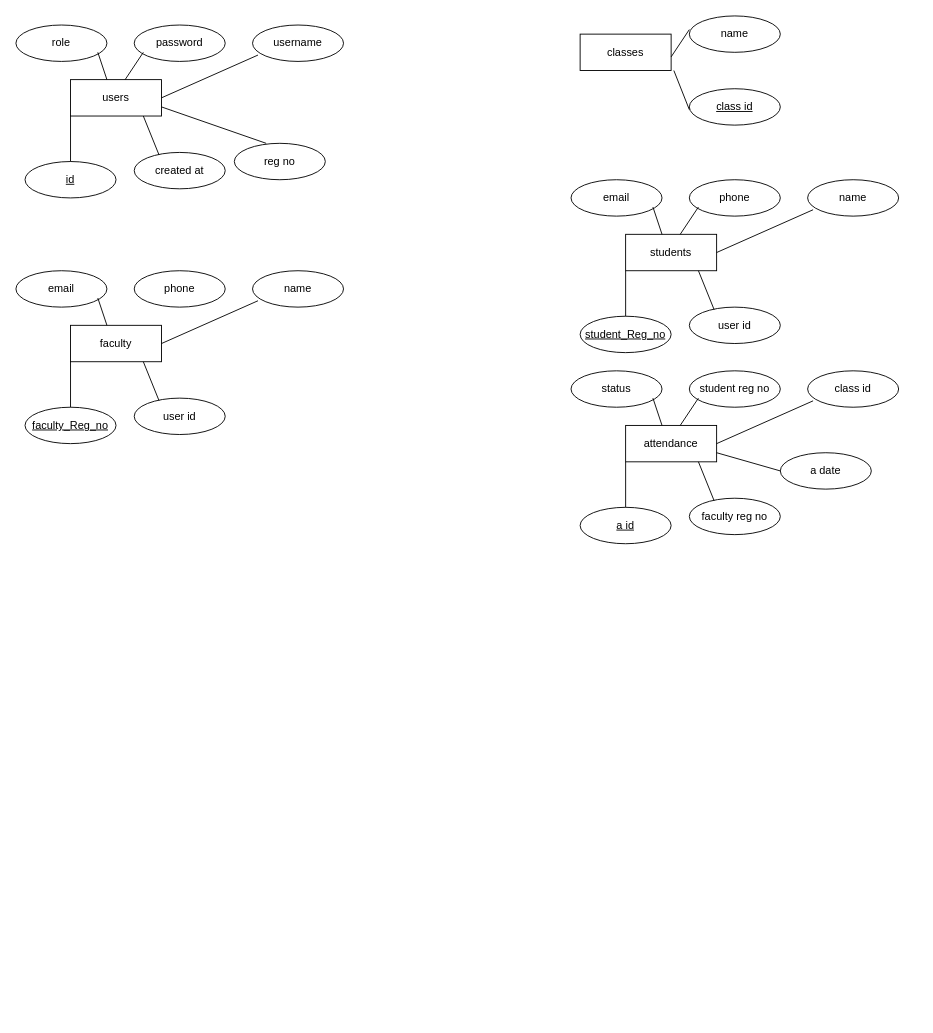
This is Untitled Diagram.drawio from DBMS-Lab-Management-System/project-backend, a draw.io file, before an edit. Source tidied: cells renumbered, new cells numbered last; positions are measured from the earlier drawing's top-left corner, leaving out a move shared by most shapes. Both pictures are drawn from the tidied source at 91%, with x=0, y=0 at pixel (15, 15).
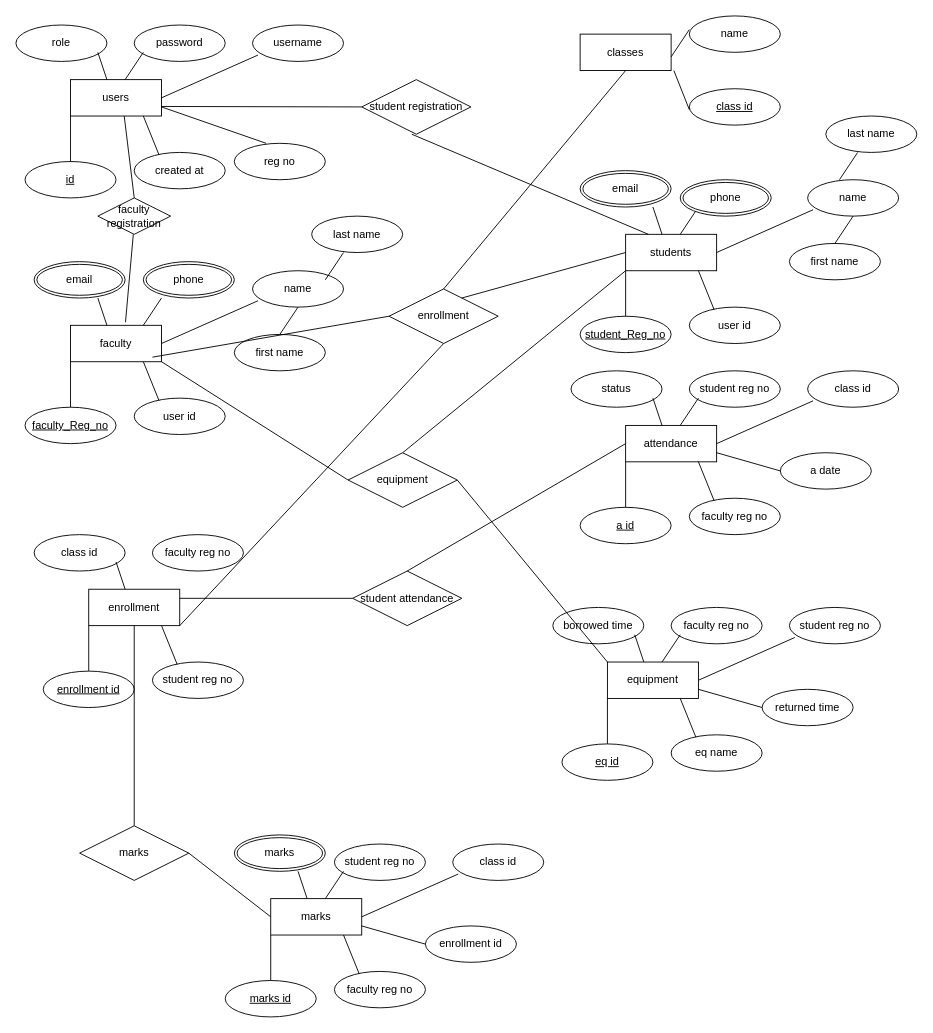
Above is the later version.

Unchanged cells that the change refers to:
```xml
<mxCell id="15" value="students" style="whiteSpace=wrap;html=1;align=center;" parent="1" vertex="1">
  <mxGeometry x="670" y="240" width="100" height="40" as="geometry" />
</mxCell>
<mxCell id="26" value="faculty" style="whiteSpace=wrap;html=1;align=center;" parent="1" vertex="1">
  <mxGeometry x="60" y="340" width="100" height="40" as="geometry" />
</mxCell>
<mxCell id="36" value="classes" style="whiteSpace=wrap;html=1;align=center;" parent="1" vertex="1">
  <mxGeometry x="620" y="20" width="100" height="40" as="geometry" />
</mxCell>
<mxCell id="41" value="attendance" style="whiteSpace=wrap;html=1;align=center;" parent="1" vertex="1">
  <mxGeometry x="670" y="450" width="100" height="40" as="geometry" />
</mxCell>
```

Change to the diagram source:
```diff
@@
-    <mxCell id="18" value="phone" style="ellipse;whiteSpace=wrap;html=1;align=center;" parent="1" vertex="1">
-      <mxGeometry x="740" y="180" width="100" height="40" as="geometry" />
-    </mxCell>
-    <mxCell id="19" value="email" style="ellipse;whiteSpace=wrap;html=1;align=center;" parent="1" vertex="1">
-      <mxGeometry x="610" y="180" width="100" height="40" as="geometry" />
-    </mxCell>
@@
-    <mxCell id="29" value="phone" style="ellipse;whiteSpace=wrap;html=1;align=center;" parent="1" vertex="1">
-      <mxGeometry x="130" y="280" width="100" height="40" as="geometry" />
-    </mxCell>
-    <mxCell id="30" value="email" style="ellipse;whiteSpace=wrap;html=1;align=center;" parent="1" vertex="1">
-      <mxGeometry y="280" width="100" height="40" as="geometry" />
-    </mxCell>
@@
+    <mxCell id="54" value="enrollment" style="whiteSpace=wrap;html=1;align=center;" parent="1" vertex="1">
+      <mxGeometry x="80" y="630" width="100" height="40" as="geometry" />
+    </mxCell>
+    <mxCell id="55" value="enrollment id" style="ellipse;whiteSpace=wrap;html=1;align=center;fontStyle=4;" parent="1" vertex="1">
+      <mxGeometry x="30" y="720" width="100" height="40" as="geometry" />
+    </mxCell>
+    <mxCell id="56" value="faculty reg no" style="ellipse;whiteSpace=wrap;html=1;align=center;" parent="1" vertex="1">
+      <mxGeometry x="150" y="570" width="100" height="40" as="geometry" />
+    </mxCell>
+    <mxCell id="57" value="class id" style="ellipse;whiteSpace=wrap;html=1;align=center;" parent="1" vertex="1">
+      <mxGeometry x="20" y="570" width="100" height="40" as="geometry" />
+    </mxCell>
+    <mxCell id="58" value="student reg no" style="ellipse;whiteSpace=wrap;html=1;align=center;" parent="1" vertex="1">
+      <mxGeometry x="150" y="710" width="100" height="40" as="geometry" />
+    </mxCell>
+    <mxCell id="59" style="endArrow=none;html=1;rounded=0;" parent="1" edge="1">
+      <mxGeometry relative="1" as="geometry">
+        <mxPoint x="120" y="630" as="sourcePoint" />
+        <mxPoint x="110" y="600" as="targetPoint" />
+      </mxGeometry>
+    </mxCell>
+    <mxCell id="60" style="endArrow=none;html=1;rounded=0;exitX=0.272;exitY=0.065;exitDx=0;exitDy=0;exitPerimeter=0;" parent="1" edge="1" source="58">
+      <mxGeometry relative="1" as="geometry">
+        <mxPoint x="160" y="670" as="targetPoint" />
+      </mxGeometry>
+    </mxCell>
+    <mxCell id="61" style="endArrow=none;html=1;rounded=0;exitX=0.5;exitY=0;exitDx=0;exitDy=0;" parent="1" edge="1" source="55">
+      <mxGeometry relative="1" as="geometry">
+        <mxPoint x="80" y="670" as="targetPoint" />
+      </mxGeometry>
+    </mxCell>
+    <mxCell id="62" value="equipment" style="whiteSpace=wrap;html=1;align=center;" parent="1" vertex="1">
+      <mxGeometry x="650" y="710" width="100" height="40" as="geometry" />
+    </mxCell>
+    <mxCell id="63" value="eq id" style="ellipse;whiteSpace=wrap;html=1;align=center;fontStyle=4;" parent="1" vertex="1">
+      <mxGeometry x="600" y="800" width="100" height="40" as="geometry" />
+    </mxCell>
+    <mxCell id="64" value="student reg no" style="ellipse;whiteSpace=wrap;html=1;align=center;" parent="1" vertex="1">
+      <mxGeometry x="850" y="650" width="100" height="40" as="geometry" />
+    </mxCell>
+    <mxCell id="65" value="faculty reg no" style="ellipse;whiteSpace=wrap;html=1;align=center;" parent="1" vertex="1">
+      <mxGeometry x="720" y="650" width="100" height="40" as="geometry" />
+    </mxCell>
+    <mxCell id="66" value="borrowed time" style="ellipse;whiteSpace=wrap;html=1;align=center;" parent="1" vertex="1">
+      <mxGeometry x="590" y="650" width="100" height="40" as="geometry" />
+    </mxCell>
+    <mxCell id="67" value="eq name" style="ellipse;whiteSpace=wrap;html=1;align=center;" parent="1" vertex="1">
+      <mxGeometry x="720" y="790" width="100" height="40" as="geometry" />
+    </mxCell>
+    <mxCell id="68" style="endArrow=none;html=1;rounded=0;" parent="1" edge="1">
+      <mxGeometry relative="1" as="geometry">
+        <mxPoint x="690" y="710" as="sourcePoint" />
+        <mxPoint x="680" y="680" as="targetPoint" />
+      </mxGeometry>
+    </mxCell>
+    <mxCell id="69" style="endArrow=none;html=1;rounded=0;exitX=0.272;exitY=0.065;exitDx=0;exitDy=0;exitPerimeter=0;" parent="1" edge="1" source="67">
+      <mxGeometry relative="1" as="geometry">
+        <mxPoint x="730" y="750" as="targetPoint" />
+      </mxGeometry>
+    </mxCell>
+    <mxCell id="70" style="endArrow=none;html=1;rounded=0;exitX=0.5;exitY=0;exitDx=0;exitDy=0;" parent="1" edge="1" source="63">
+      <mxGeometry relative="1" as="geometry">
+        <mxPoint x="650" y="750" as="targetPoint" />
+      </mxGeometry>
+    </mxCell>
+    <mxCell id="71" style="endArrow=none;html=1;rounded=0;" parent="1" edge="1">
+      <mxGeometry relative="1" as="geometry">
+        <mxPoint x="710" y="710" as="sourcePoint" />
+        <mxPoint x="730" y="680" as="targetPoint" />
+      </mxGeometry>
+    </mxCell>
+    <mxCell id="72" style="endArrow=none;html=1;rounded=0;entryX=1;entryY=0.5;entryDx=0;entryDy=0;exitX=0.06;exitY=0.825;exitDx=0;exitDy=0;exitPerimeter=0;" parent="1" edge="1" source="64" target="62">
+      <mxGeometry relative="1" as="geometry" />
+    </mxCell>
+    <mxCell id="73" value="returned time" style="ellipse;whiteSpace=wrap;html=1;align=center;" parent="1" vertex="1">
+      <mxGeometry x="820" y="740" width="100" height="40" as="geometry" />
+    </mxCell>
+    <mxCell id="74" style="endArrow=none;html=1;rounded=0;exitX=0;exitY=0.5;exitDx=0;exitDy=0;entryX=1;entryY=0.75;entryDx=0;entryDy=0;" parent="1" edge="1" source="73" target="62">
+      <mxGeometry relative="1" as="geometry" />
+    </mxCell>
+    <mxCell id="75" value="marks" style="whiteSpace=wrap;html=1;align=center;" parent="1" vertex="1">
+      <mxGeometry x="280" y="970" width="100" height="40" as="geometry" />
+    </mxCell>
+    <mxCell id="76" value="marks id" style="ellipse;whiteSpace=wrap;html=1;align=center;fontStyle=4;" parent="1" vertex="1">
+      <mxGeometry x="230" y="1060" width="100" height="40" as="geometry" />
+    </mxCell>
+    <mxCell id="77" value="class id" style="ellipse;whiteSpace=wrap;html=1;align=center;" parent="1" vertex="1">
+      <mxGeometry x="480" y="910" width="100" height="40" as="geometry" />
+    </mxCell>
+    <mxCell id="78" value="student reg no" style="ellipse;whiteSpace=wrap;html=1;align=center;" parent="1" vertex="1">
+      <mxGeometry x="350" y="910" width="100" height="40" as="geometry" />
+    </mxCell>
+    <mxCell id="79" value="faculty reg no" style="ellipse;whiteSpace=wrap;html=1;align=center;" parent="1" vertex="1">
+      <mxGeometry x="350" y="1050" width="100" height="40" as="geometry" />
+    </mxCell>
+    <mxCell id="80" style="endArrow=none;html=1;rounded=0;" parent="1" edge="1">
+      <mxGeometry relative="1" as="geometry">
+        <mxPoint x="320" y="970" as="sourcePoint" />
+        <mxPoint x="310" y="940" as="targetPoint" />
+      </mxGeometry>
+    </mxCell>
+    <mxCell id="81" style="endArrow=none;html=1;rounded=0;exitX=0.272;exitY=0.065;exitDx=0;exitDy=0;exitPerimeter=0;" parent="1" edge="1" source="79">
+      <mxGeometry relative="1" as="geometry">
+        <mxPoint x="360" y="1010" as="targetPoint" />
+      </mxGeometry>
+    </mxCell>
+    <mxCell id="82" style="endArrow=none;html=1;rounded=0;exitX=0.5;exitY=0;exitDx=0;exitDy=0;" parent="1" edge="1" source="76">
+      <mxGeometry relative="1" as="geometry">
+        <mxPoint x="280" y="1010" as="targetPoint" />
+      </mxGeometry>
+    </mxCell>
+    <mxCell id="83" style="endArrow=none;html=1;rounded=0;" parent="1" edge="1">
+      <mxGeometry relative="1" as="geometry">
+        <mxPoint x="340" y="970" as="sourcePoint" />
+        <mxPoint x="360" y="940" as="targetPoint" />
+      </mxGeometry>
+    </mxCell>
+    <mxCell id="84" style="endArrow=none;html=1;rounded=0;entryX=1;entryY=0.5;entryDx=0;entryDy=0;exitX=0.06;exitY=0.825;exitDx=0;exitDy=0;exitPerimeter=0;" parent="1" edge="1" source="77" target="75">
+      <mxGeometry relative="1" as="geometry" />
+    </mxCell>
+    <mxCell id="85" value="enrollment id" style="ellipse;whiteSpace=wrap;html=1;align=center;" parent="1" vertex="1">
+      <mxGeometry x="450" y="1000" width="100" height="40" as="geometry" />
+    </mxCell>
+    <mxCell id="86" style="endArrow=none;html=1;rounded=0;exitX=0;exitY=0.5;exitDx=0;exitDy=0;entryX=1;entryY=0.75;entryDx=0;entryDy=0;" parent="1" edge="1" source="85" target="75">
+      <mxGeometry relative="1" as="geometry" />
+    </mxCell>
+    <mxCell id="87" value="marks" style="ellipse;shape=doubleEllipse;margin=3;whiteSpace=wrap;html=1;align=center;" parent="1" vertex="1">
+      <mxGeometry x="240" y="900" width="100" height="40" as="geometry" />
+    </mxCell>
+    <mxCell id="88" value="email" style="ellipse;shape=doubleEllipse;margin=3;whiteSpace=wrap;html=1;align=center;" parent="1" vertex="1">
+      <mxGeometry x="620" y="170" width="100" height="40" as="geometry" />
+    </mxCell>
+    <mxCell id="89" value="email" style="ellipse;shape=doubleEllipse;margin=3;whiteSpace=wrap;html=1;align=center;" parent="1" vertex="1">
+      <mxGeometry x="20" y="270" width="100" height="40" as="geometry" />
+    </mxCell>
+    <mxCell id="90" value="phone" style="ellipse;shape=doubleEllipse;margin=3;whiteSpace=wrap;html=1;align=center;" parent="1" vertex="1">
+      <mxGeometry x="730" y="180" width="100" height="40" as="geometry" />
+    </mxCell>
+    <mxCell id="91" value="phone" style="ellipse;shape=doubleEllipse;margin=3;whiteSpace=wrap;html=1;align=center;" parent="1" vertex="1">
+      <mxGeometry x="140" y="270" width="100" height="40" as="geometry" />
+    </mxCell>
+    <mxCell id="92" style="endArrow=none;html=1;rounded=0;" parent="1" edge="1">
+      <mxGeometry relative="1" as="geometry">
+        <mxPoint x="140" y="340" as="sourcePoint" />
+        <mxPoint x="160" y="310" as="targetPoint" />
+      </mxGeometry>
+    </mxCell>
+    <mxCell id="93" value="last name" style="ellipse;whiteSpace=wrap;html=1;align=center;" parent="1" vertex="1">
+      <mxGeometry x="325" y="220" width="100" height="40" as="geometry" />
+    </mxCell>
+    <mxCell id="94" value="first name" style="ellipse;whiteSpace=wrap;html=1;align=center;" parent="1" vertex="1">
+      <mxGeometry x="240" y="350" width="100" height="40" as="geometry" />
+    </mxCell>
+    <mxCell id="95" style="endArrow=none;html=1;rounded=0;" parent="1" edge="1">
+      <mxGeometry relative="1" as="geometry">
+        <mxPoint x="290" y="350" as="sourcePoint" />
+        <mxPoint x="310" y="320" as="targetPoint" />
+      </mxGeometry>
+    </mxCell>
+    <mxCell id="96" style="endArrow=none;html=1;rounded=0;" parent="1" edge="1">
+      <mxGeometry relative="1" as="geometry">
+        <mxPoint x="340" y="290" as="sourcePoint" />
+        <mxPoint x="360" y="260" as="targetPoint" />
+      </mxGeometry>
+    </mxCell>
+    <mxCell id="97" value="last name" style="ellipse;whiteSpace=wrap;html=1;align=center;" parent="1" vertex="1">
+      <mxGeometry x="890" y="110" width="100" height="40" as="geometry" />
+    </mxCell>
+    <mxCell id="98" style="endArrow=none;html=1;rounded=0;" parent="1" edge="1">
+      <mxGeometry relative="1" as="geometry">
+        <mxPoint x="905" y="180" as="sourcePoint" />
+        <mxPoint x="925" y="150" as="targetPoint" />
+      </mxGeometry>
+    </mxCell>
+    <mxCell id="99" value="first name" style="ellipse;whiteSpace=wrap;html=1;align=center;" parent="1" vertex="1">
+      <mxGeometry x="850" y="250" width="100" height="40" as="geometry" />
+    </mxCell>
+    <mxCell id="100" style="endArrow=none;html=1;rounded=0;" parent="1" edge="1">
+      <mxGeometry relative="1" as="geometry">
+        <mxPoint x="900" y="250" as="sourcePoint" />
+        <mxPoint x="920" y="220" as="targetPoint" />
+      </mxGeometry>
+    </mxCell>
+    <mxCell id="101" value="student registration" style="shape=rhombus;perimeter=rhombusPerimeter;whiteSpace=wrap;html=1;align=center;" parent="1" vertex="1">
+      <mxGeometry x="380" y="70" width="120" height="60" as="geometry" />
+    </mxCell>
+    <mxCell id="102" style="endArrow=none;html=1;rounded=0;entryX=0;entryY=0.5;entryDx=0;entryDy=0;" parent="1" edge="1" target="101">
+      <mxGeometry relative="1" as="geometry">
+        <mxPoint x="160" y="99.5" as="sourcePoint" />
+      </mxGeometry>
+    </mxCell>
+    <mxCell id="103" style="endArrow=none;html=1;rounded=0;entryX=0.25;entryY=0;entryDx=0;entryDy=0;" parent="1" edge="1" target="15">
+      <mxGeometry relative="1" as="geometry">
+        <mxPoint x="435" y="130" as="sourcePoint" />
+      </mxGeometry>
+    </mxCell>
+    <mxCell id="104" value="faculty registration" style="shape=rhombus;perimeter=rhombusPerimeter;whiteSpace=wrap;html=1;align=center;" parent="1" vertex="1">
+      <mxGeometry x="90" y="200" width="80" height="40" as="geometry" />
+    </mxCell>
+    <mxCell id="105" style="endArrow=none;html=1;rounded=0;entryX=0.5;entryY=0;entryDx=0;entryDy=0;" parent="1" edge="1" target="104">
+      <mxGeometry relative="1" as="geometry">
+        <mxPoint x="119" y="110" as="sourcePoint" />
+      </mxGeometry>
+    </mxCell>
+    <mxCell id="106" style="endArrow=none;html=1;rounded=0;entryX=0.604;entryY=-0.085;entryDx=0;entryDy=0;entryPerimeter=0;" parent="1" edge="1" target="26">
+      <mxGeometry relative="1" as="geometry">
+        <mxPoint x="129" y="240" as="sourcePoint" />
+      </mxGeometry>
+    </mxCell>
+    <mxCell id="107" value="enrollment" style="shape=rhombus;perimeter=rhombusPerimeter;whiteSpace=wrap;html=1;align=center;" parent="1" vertex="1">
+      <mxGeometry x="410" y="300" width="120" height="60" as="geometry" />
+    </mxCell>
+    <mxCell id="108" style="endArrow=none;html=1;rounded=0;exitX=0.5;exitY=1;exitDx=0;exitDy=0;entryX=0.5;entryY=0;entryDx=0;entryDy=0;" parent="1" edge="1" source="36" target="107">
+      <mxGeometry relative="1" as="geometry" />
+    </mxCell>
+    <mxCell id="109" style="endArrow=none;html=1;rounded=0;entryX=0.5;entryY=0;entryDx=0;entryDy=0;" parent="1" edge="1">
+      <mxGeometry relative="1" as="geometry">
+        <mxPoint x="670" y="260" as="sourcePoint" />
+        <mxPoint x="490" y="310" as="targetPoint" />
+      </mxGeometry>
+    </mxCell>
+    <mxCell id="110" style="endArrow=none;html=1;rounded=0;entryX=0.5;entryY=0;entryDx=0;entryDy=0;exitX=0;exitY=0.5;exitDx=0;exitDy=0;" parent="1" edge="1" source="107">
+      <mxGeometry relative="1" as="geometry">
+        <mxPoint x="150" y="375" as="targetPoint" />
+      </mxGeometry>
+    </mxCell>
+    <mxCell id="111" style="endArrow=none;html=1;rounded=0;exitX=0.5;exitY=1;exitDx=0;exitDy=0;entryX=1;entryY=1;entryDx=0;entryDy=0;" parent="1" edge="1" target="54">
+      <mxGeometry relative="1" as="geometry">
+        <mxPoint x="470" y="360" as="sourcePoint" />
+      </mxGeometry>
+    </mxCell>
+    <mxCell id="112" value="student attendance" style="shape=rhombus;perimeter=rhombusPerimeter;whiteSpace=wrap;html=1;align=center;" parent="1" vertex="1">
+      <mxGeometry x="370" y="610" width="120" height="60" as="geometry" />
+    </mxCell>
+    <mxCell id="113" style="endArrow=none;html=1;rounded=0;exitX=0;exitY=0.5;exitDx=0;exitDy=0;entryX=1;entryY=0.25;entryDx=0;entryDy=0;" parent="1" edge="1" source="112" target="54">
+      <mxGeometry relative="1" as="geometry" />
+    </mxCell>
+    <mxCell id="114" style="endArrow=none;html=1;rounded=0;exitX=0;exitY=0.5;exitDx=0;exitDy=0;entryX=0.5;entryY=0;entryDx=0;entryDy=0;" parent="1" edge="1" source="41" target="112">
+      <mxGeometry relative="1" as="geometry" />
+    </mxCell>
+    <mxCell id="115" value="equipment" style="shape=rhombus;perimeter=rhombusPerimeter;whiteSpace=wrap;html=1;align=center;" parent="1" vertex="1">
+      <mxGeometry x="365" y="480" width="120" height="60" as="geometry" />
+    </mxCell>
+    <mxCell id="116" style="endArrow=none;html=1;rounded=0;exitX=0;exitY=0.5;exitDx=0;exitDy=0;entryX=1;entryY=1;entryDx=0;entryDy=0;" parent="1" edge="1" source="115" target="26">
+      <mxGeometry relative="1" as="geometry" />
+    </mxCell>
+    <mxCell id="117" style="endArrow=none;html=1;rounded=0;exitX=0;exitY=1;exitDx=0;exitDy=0;entryX=0.5;entryY=0;entryDx=0;entryDy=0;" parent="1" edge="1" source="15" target="115">
+      <mxGeometry relative="1" as="geometry" />
+    </mxCell>
+    <mxCell id="118" style="endArrow=none;html=1;rounded=0;exitX=0;exitY=0;exitDx=0;exitDy=0;entryX=1;entryY=0.5;entryDx=0;entryDy=0;" parent="1" edge="1" source="62" target="115">
+      <mxGeometry relative="1" as="geometry" />
+    </mxCell>
+    <mxCell id="119" value="marks" style="shape=rhombus;perimeter=rhombusPerimeter;whiteSpace=wrap;html=1;align=center;" parent="1" vertex="1">
+      <mxGeometry x="70" y="890" width="120" height="60" as="geometry" />
+    </mxCell>
+    <mxCell id="120" style="endArrow=none;html=1;rounded=0;exitX=0.5;exitY=0;exitDx=0;exitDy=0;entryX=0.5;entryY=1;entryDx=0;entryDy=0;" parent="1" edge="1" source="119" target="54">
+      <mxGeometry relative="1" as="geometry" />
+    </mxCell>
+    <mxCell id="121" style="endArrow=none;html=1;rounded=0;exitX=0;exitY=0.5;exitDx=0;exitDy=0;entryX=1;entryY=0.5;entryDx=0;entryDy=0;" parent="1" edge="1" source="75" target="119">
+      <mxGeometry relative="1" as="geometry" />
+    </mxCell>
```
